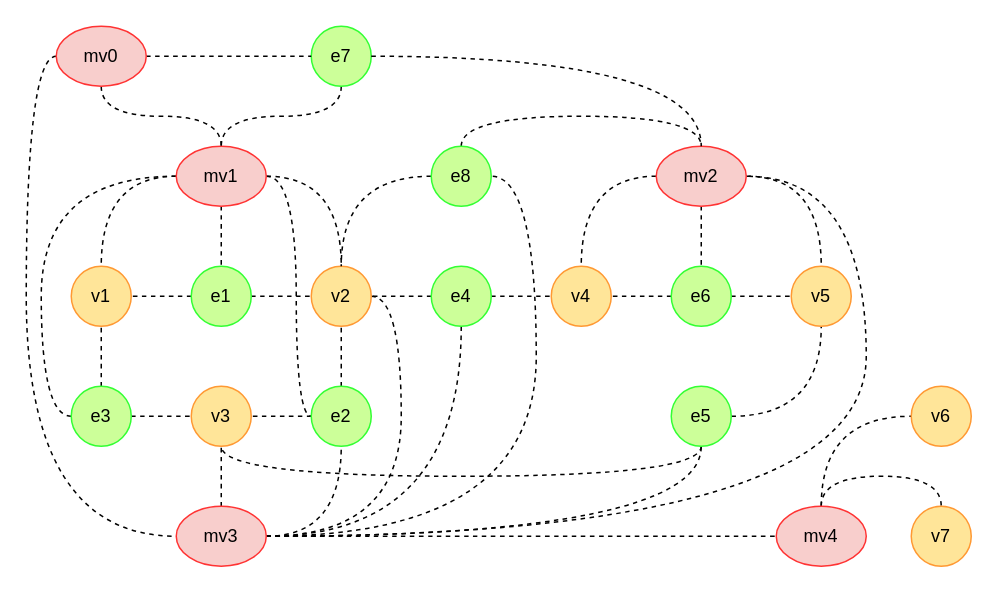
This is page "Flatten graph" (5 of 5) of FlattedMG_Simple.drawio from DMfananddu/MAG_Diploma, a draw.io file, before an edit. Source tidied: cells renumbered, new cells numbered last; positions are measured from the earlier drawing's top-left corner, leaving out a move shared by most shapes. Both pictures are drawn from the tidied source at 150%, with x=0, y=0 at pixel (56, 26).
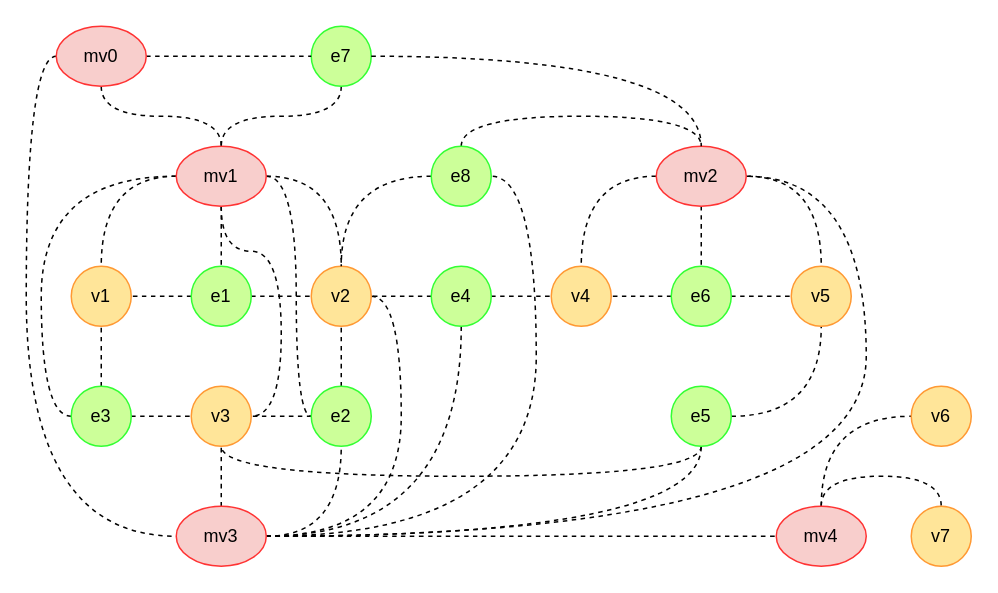
Above is the later version.

Unchanged cells that the change refers to:
```xml
<mxCell id="27" value="mv1" style="ellipse;whiteSpace=wrap;html=1;fillColor=#F8CECC;strokeColor=#FF3333;" parent="1" vertex="1">
  <mxGeometry x="80" y="80" width="60" height="40" as="geometry" />
</mxCell>
<mxCell id="29" value="v3" style="ellipse;whiteSpace=wrap;html=1;fillColor=#FFE599;strokeColor=#FF9933;" parent="1" vertex="1">
  <mxGeometry x="90" y="240" width="40" height="40" as="geometry" />
</mxCell>
```

Change to the diagram source:
```diff
@@
+    <mxCell id="59" style="edgeStyle=orthogonalEdgeStyle;rounded=0;jettySize=auto;html=1;exitX=0.5;exitY=1;exitDx=0;exitDy=0;entryX=1;entryY=0.5;entryDx=0;entryDy=0;curved=1;endArrow=none;endFill=0;dashed=1;" parent="1" edge="1" source="27" target="29">
+      <mxGeometry relative="1" as="geometry">
+        <Array as="points">
+          <mxPoint x="110" y="150" />
+          <mxPoint x="150" y="150" />
+          <mxPoint x="150" y="260" />
+        </Array>
+      </mxGeometry>
+    </mxCell>
```
